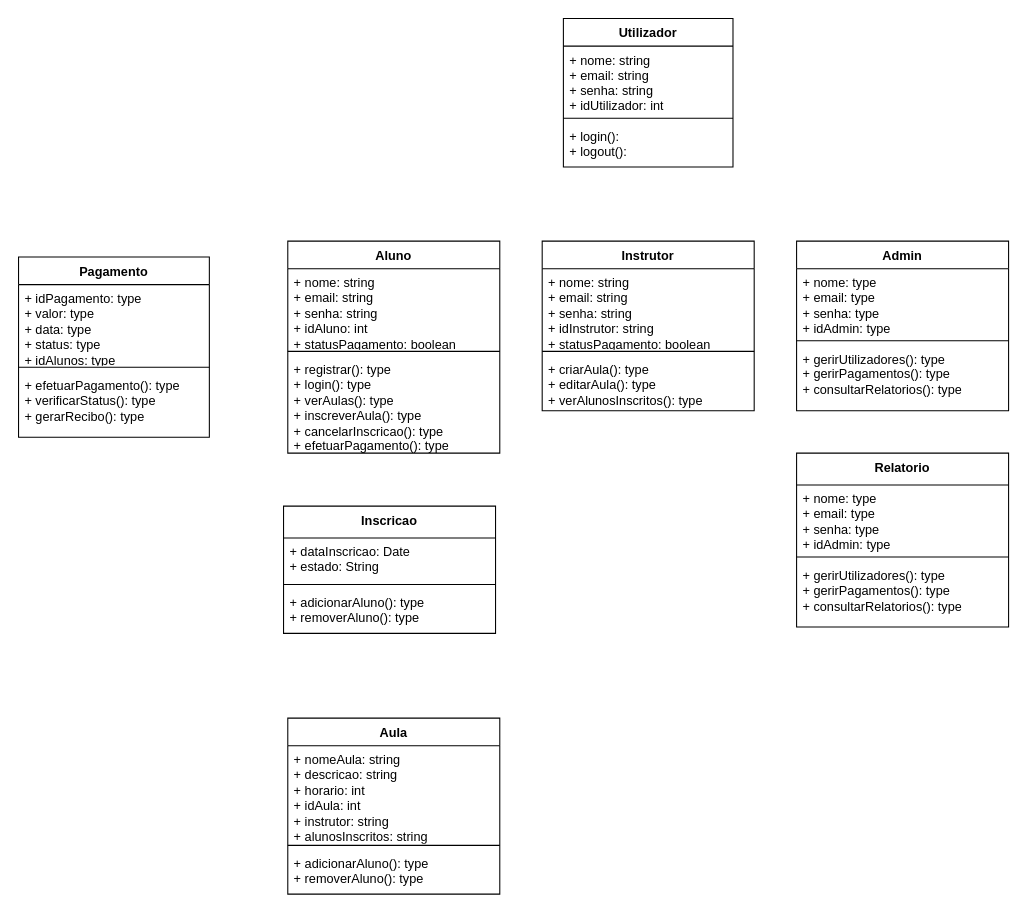
This is page "Classes" (3 of 4) of Diagramas UML.drawio from Esmael285/TecWeb26, a draw.io file, before an edit. Source tidied: cells renumbered, new cells numbered last; positions are measured from the earlier drawing's top-left corner, leaving out a move shared by most shapes. Both pictures are drawn from the tidied source at 106%, with x=0, y=0 at pixel (18, 18).
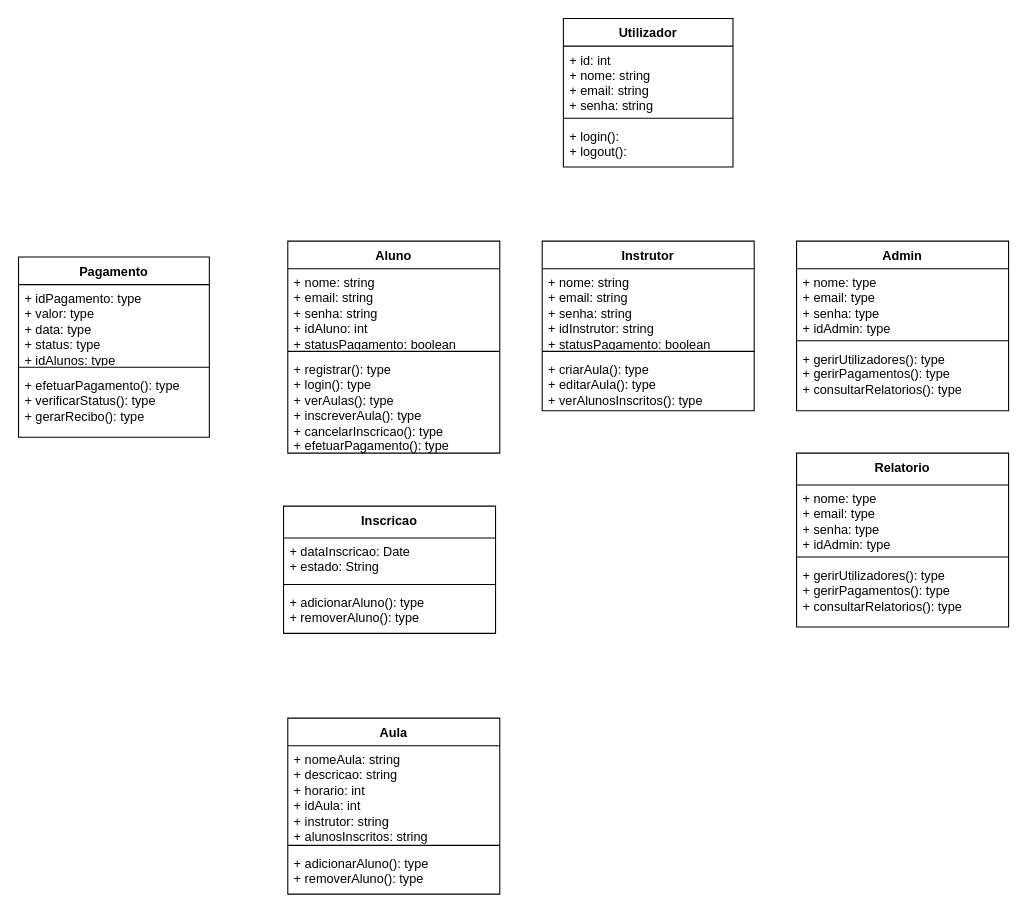
Above is the later version.

The change refers to these unchanged cells:
```xml
<mxCell id="22" value="Utilizador" style="swimlane;fontStyle=1;align=center;verticalAlign=top;horizontal=1;startSize=26;whiteSpace=wrap;html=1;" parent="1" vertex="1">
  <mxGeometry x="514" width="160" height="140" as="geometry" />
</mxCell>
```

The edit, as a diff of the source:
```diff
@@
-    <mxCell id="23" value="+ nome: string&lt;div&gt;+ email: string&lt;br&gt;&lt;/div&gt;&lt;div&gt;+ senha: string&lt;div&gt;+ idUtilizador: int&lt;/div&gt;&lt;/div&gt;" style="text;strokeColor=none;fillColor=none;align=left;verticalAlign=top;spacingLeft=4;spacingRight=4;overflow=hidden;whiteSpace=wrap;html=1;" parent="22" vertex="1">
+    <mxCell id="23" value="&lt;div&gt;+ id: int&lt;br&gt;&lt;/div&gt;+ nome: string&lt;div&gt;+ email: string&lt;br&gt;&lt;/div&gt;&lt;div&gt;+ senha: string&lt;/div&gt;" style="text;strokeColor=none;fillColor=none;align=left;verticalAlign=top;spacingLeft=4;spacingRight=4;overflow=hidden;whiteSpace=wrap;html=1;" parent="22" vertex="1">
       <mxGeometry y="26" width="160" height="64" as="geometry" />
     </mxCell>
```
